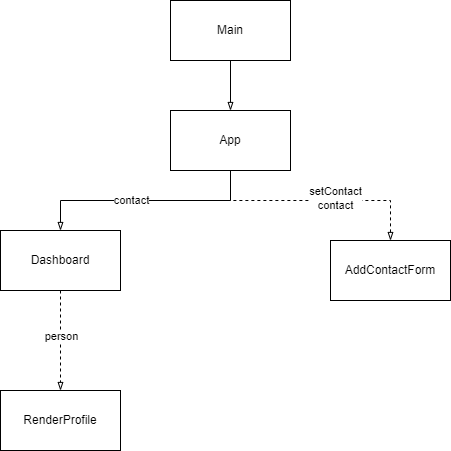
Earlier version of the draw.io export react-address-book.drawio.png (boolean-uk/react-address-book-part-1). Source tidied: cells renumbered, new cells last; positions are measured from the earlier drawing's top-left corner, leaving out a move shared by most shapes.
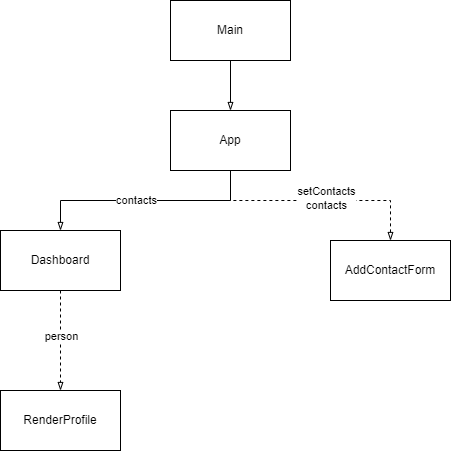
Later version of the same file.

The edit, as a diff of the source:
```diff
@@ -20,18 +20,18 @@
         </Array>
       </mxGeometry>
     </mxCell>
-    <mxCell id="6" value="setContact&lt;br&gt;contact" style="edgeLabel;html=1;align=center;verticalAlign=middle;" parent="5" vertex="1">
-      <mxGeometry x="-0.16" y="-3" relative="1" as="geometry" />
-    </mxCell>
+    <mxCell id="14" value="setContacts&lt;br&gt;contacts" style="edgeLabel;html=1;align=center;verticalAlign=middle;" parent="5" vertex="1">
+      <mxGeometry x="-0.09" y="-3" relative="1" as="geometry" />
+    </mxCell>
     <mxCell id="7" value="AddContactForm" style="rounded=0;whiteSpace=wrap;html=1;" parent="1" vertex="1">
       <mxGeometry x="330" y="240" width="120" height="60" as="geometry" />
     </mxCell>
     <mxCell id="8" style="edgeStyle=orthogonalEdgeStyle;rounded=0;jettySize=auto;html=1;exitX=0.5;exitY=0;exitDx=0;exitDy=0;entryX=0.5;entryY=1;entryDx=0;entryDy=0;startArrow=blockThin;startFill=0;endArrow=none;endFill=0;" parent="1" edge="1" source="12" target="4">
       <mxGeometry relative="1" as="geometry" />
     </mxCell>
-    <mxCell id="9" value="contact" style="edgeLabel;html=1;align=center;verticalAlign=middle;" parent="8" vertex="1">
-      <mxGeometry x="-0.13" y="1" relative="1" as="geometry" />
-    </mxCell>
+    <mxCell id="15" value="contacts" style="edgeLabel;html=1;align=center;verticalAlign=middle;" parent="8" vertex="1">
+      <mxGeometry x="-0.09" y="1" relative="1" as="geometry" />
+    </mxCell>
     <mxCell id="10" style="edgeStyle=orthogonalEdgeStyle;rounded=0;jettySize=auto;html=1;exitX=0.5;exitY=1;exitDx=0;exitDy=0;entryX=0.5;entryY=0;entryDx=0;entryDy=0;endArrow=blockThin;endFill=0;dashed=1;" parent="1" edge="1" source="12" target="13">
       <mxGeometry relative="1" as="geometry" />
     </mxCell>
```
